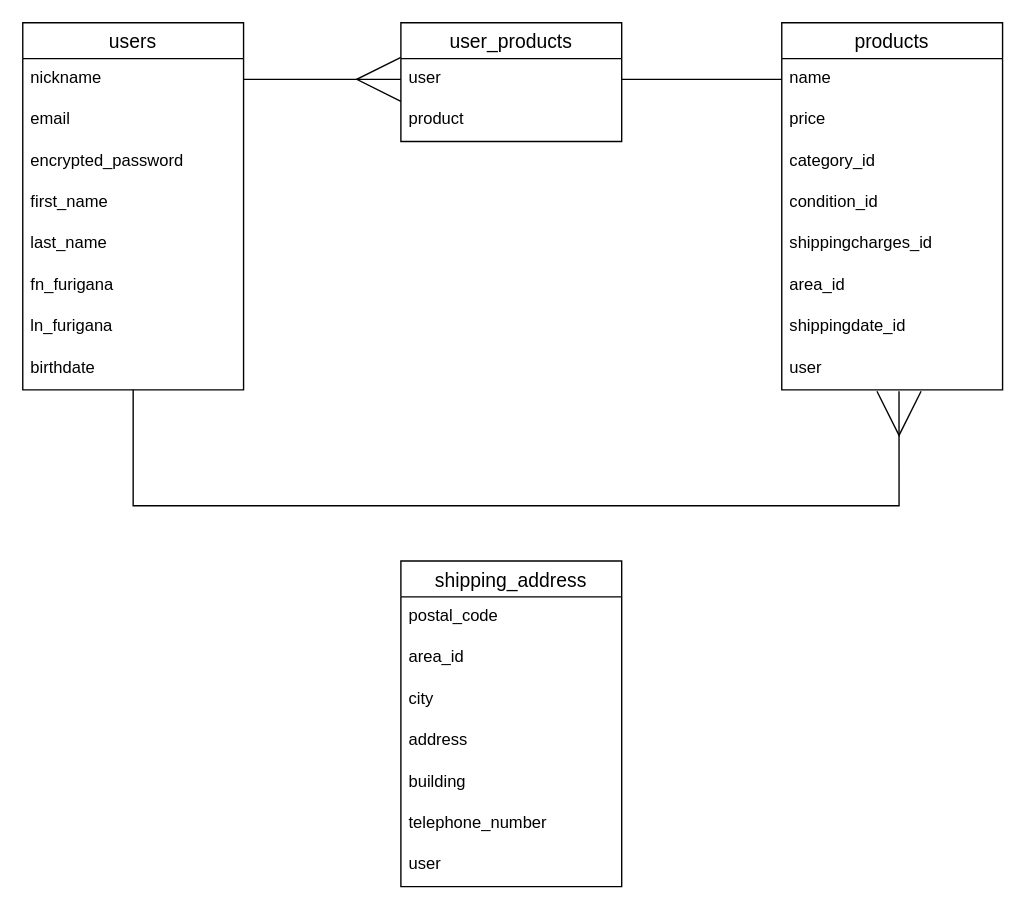
The draw.io diagram database.dio in taiyakio/furima-36787, before the edit. Source tidied: cells renumbered, new cells numbered last; positions are measured from the earlier drawing's top-left corner, leaving out a move shared by most shapes. Both pictures are drawn from the tidied source at 138%, with x=0, y=0 at pixel (22, 22).
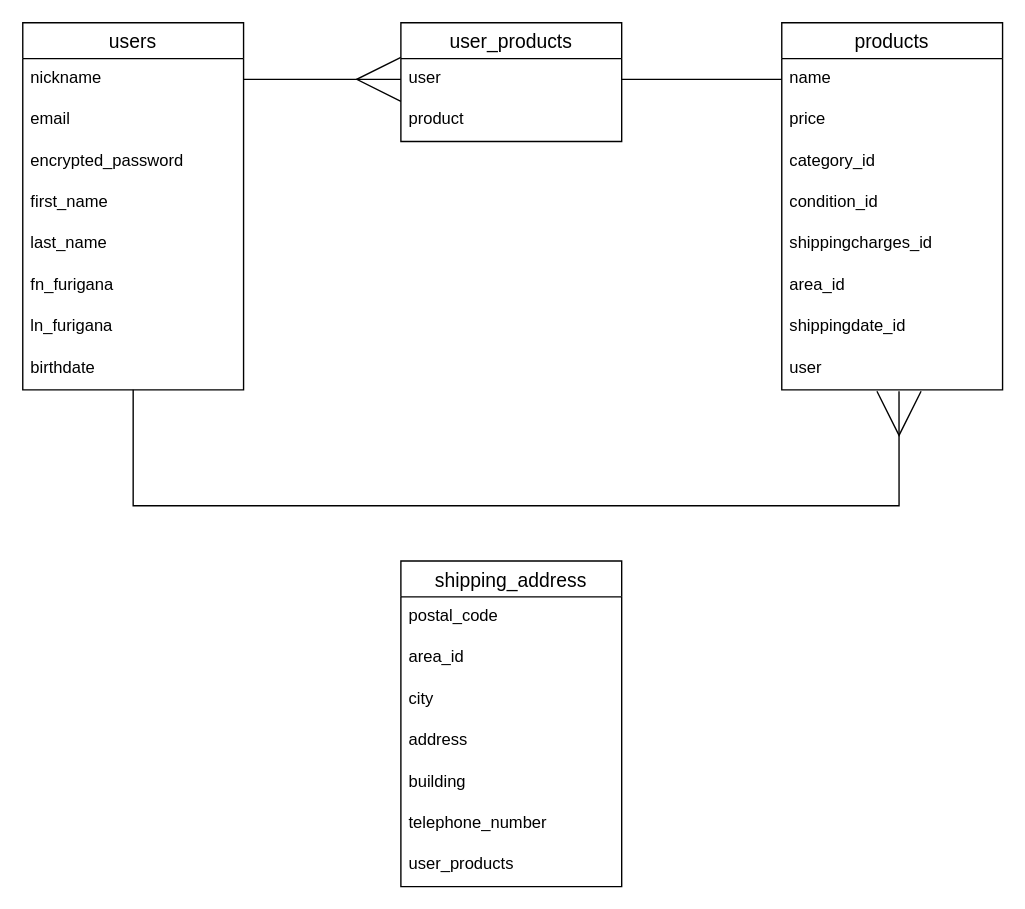
Above is the later version.

The change refers to these unchanged cells:
```xml
<mxCell id="13" value="shipping_address" style="swimlane;fontStyle=0;horizontal=1;startSize=26;align=center;fontSize=14;" parent="1" vertex="1">
  <mxGeometry x="274" y="390" width="160" height="236" as="geometry" />
</mxCell>
```

Change to the diagram source:
```diff
@@
-    <mxCell id="20" value="user" style="text;strokeColor=none;fillColor=none;spacingLeft=4;spacingRight=4;overflow=hidden;fontSize=12;" parent="13" vertex="1">
+    <mxCell id="20" value="user_products" style="text;strokeColor=none;fillColor=none;spacingLeft=4;spacingRight=4;overflow=hidden;fontSize=12;" parent="13" vertex="1">
       <mxGeometry y="206" width="160" height="30" as="geometry" />
     </mxCell>
```
